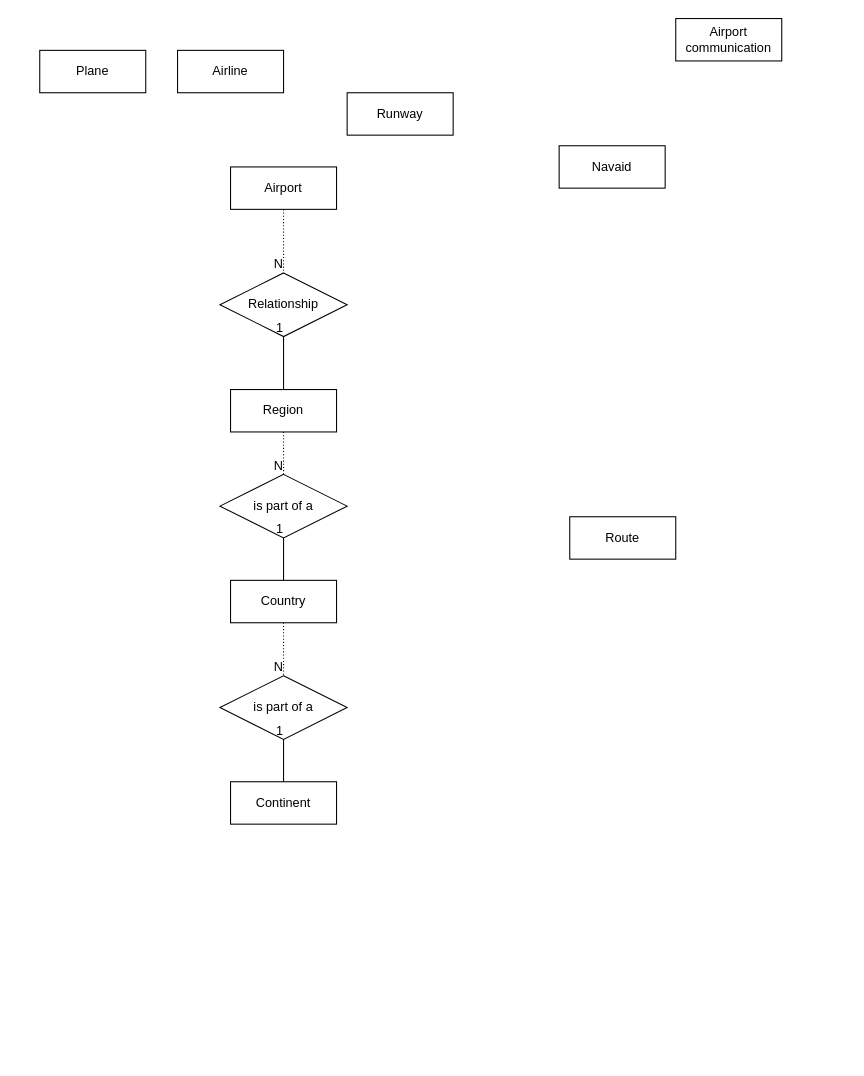
Above: archived_data/Untitled Diagram.drawio in kartol/COVID-19 (draw.io), before the change. Source tidied: cells renumbered, new cells numbered last; positions are measured from the earlier drawing's top-left corner, leaving out a move shared by most shapes. Both pictures are drawn from the tidied source at 106%, with x=0, y=0 at pixel (39, 18).
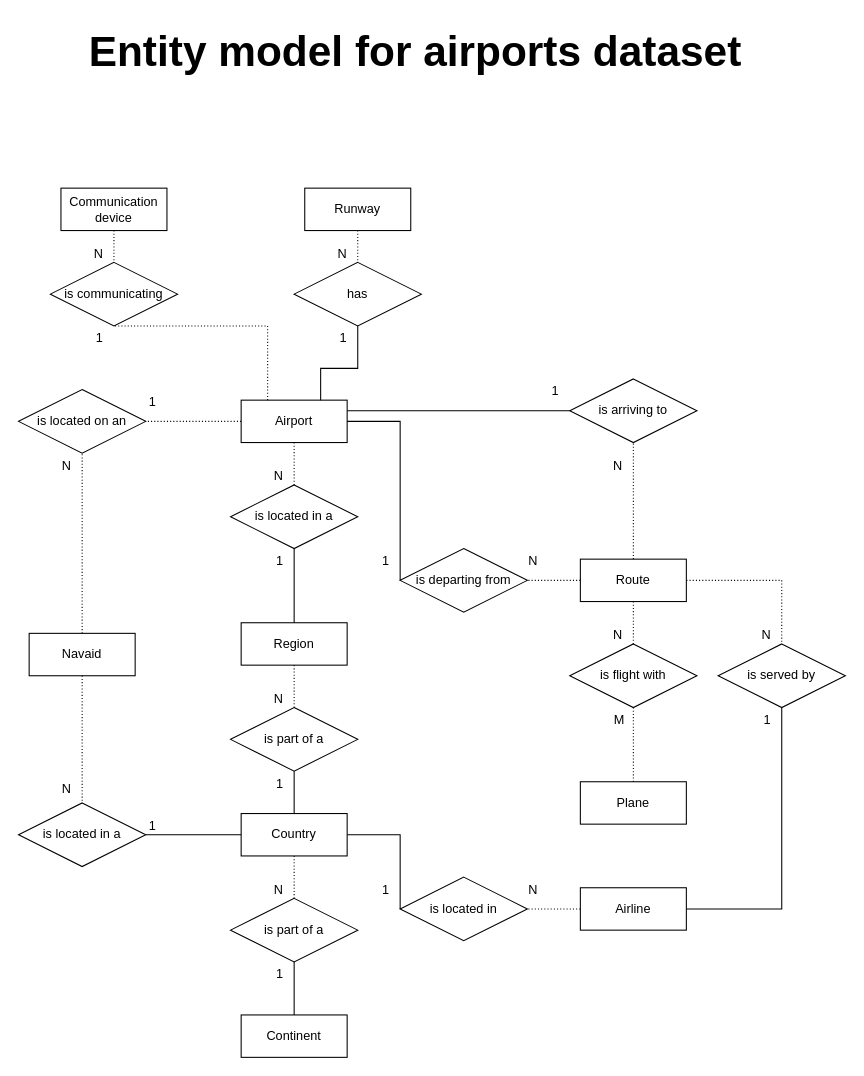
After the change.

The change refers to these unchanged cells:
```xml
<mxCell id="12" style="endArrow=none;html=1;rounded=0;shadow=0;entryX=0.5;entryY=1;entryDx=0;entryDy=0;" parent="1" edge="1" source="8" target="11">
  <mxGeometry relative="1" as="geometry" />
</mxCell>
<mxCell id="14" style="endArrow=none;html=1;rounded=0;dashed=1;dashPattern=1 2;shadow=0;exitX=0.5;exitY=1;exitDx=0;exitDy=0;entryX=0.5;entryY=0;entryDx=0;entryDy=0;" parent="1" edge="1" source="16" target="11">
  <mxGeometry relative="1" as="geometry" />
</mxCell>
<mxCell id="18" style="endArrow=none;html=1;rounded=0;shadow=0;exitX=0.5;exitY=0;exitDx=0;exitDy=0;entryX=0.5;entryY=1;entryDx=0;entryDy=0;" parent="1" edge="1" source="16" target="17">
  <mxGeometry relative="1" as="geometry" />
</mxCell>
<mxCell id="21" style="endArrow=none;html=1;rounded=0;shadow=0;entryX=0.5;entryY=1;entryDx=0;entryDy=0;exitX=0.5;exitY=0;exitDx=0;exitDy=0;" parent="1" edge="1" source="6" target="20">
  <mxGeometry relative="1" as="geometry" />
</mxCell>
<mxCell id="23" style="endArrow=none;html=1;rounded=0;dashed=1;dashPattern=1 2;shadow=0;entryX=0.5;entryY=0;entryDx=0;entryDy=0;exitX=0.5;exitY=1;exitDx=0;exitDy=0;" parent="1" edge="1" source="7" target="20">
  <mxGeometry relative="1" as="geometry" />
</mxCell>
<mxCell id="25" style="endArrow=none;html=1;rounded=0;dashed=1;dashPattern=1 2;shadow=0;exitX=0.5;exitY=1;exitDx=0;exitDy=0;entryX=0.5;entryY=0;entryDx=0;entryDy=0;" parent="1" edge="1" source="6" target="17">
  <mxGeometry relative="1" as="geometry" />
</mxCell>
```

Change to the diagram source:
```diff
@@
-    <mxCell id="2" value="Airline" style="whiteSpace=wrap;html=1;align=center;" parent="1" vertex="1">
-      <mxGeometry x="130" y="30" width="100" height="40" as="geometry" />
+    <mxCell id="2" value="Airline" style="whiteSpace=wrap;html=1;align=center;direction=west;" parent="1" vertex="1">
+      <mxGeometry x="510" y="820" width="100" height="40" as="geometry" />
     </mxCell>
     <mxCell id="3" value="Runway" style="whiteSpace=wrap;html=1;align=center;" parent="1" vertex="1">
-      <mxGeometry x="290" y="70" width="100" height="40" as="geometry" />
+      <mxGeometry x="250" y="160" width="100" height="40" as="geometry" />
     </mxCell>
     <mxCell id="4" value="Navaid" style="whiteSpace=wrap;html=1;align=center;" parent="1" vertex="1">
-      <mxGeometry x="490" y="120" width="100" height="40" as="geometry" />
+      <mxGeometry x="-10" y="580" width="100" height="40" as="geometry" />
     </mxCell>
-    <mxCell id="5" value="Airport communication" style="whiteSpace=wrap;html=1;align=center;" parent="1" vertex="1">
-      <mxGeometry x="600" width="100" height="40" as="geometry" />
+    <mxCell id="5" value="Communication device" style="whiteSpace=wrap;html=1;align=center;" parent="1" vertex="1">
+      <mxGeometry x="20" y="160" width="100" height="40" as="geometry" />
     </mxCell>
     <mxCell id="6" value="Region" style="whiteSpace=wrap;html=1;align=center;" parent="1" vertex="1">
-      <mxGeometry x="180" y="350" width="100" height="40" as="geometry" />
+      <mxGeometry x="190" y="570" width="100" height="40" as="geometry" />
     </mxCell>
     <mxCell id="7" value="Airport" style="whiteSpace=wrap;html=1;align=center;" parent="1" vertex="1">
-      <mxGeometry x="180" y="140" width="100" height="40" as="geometry" />
+      <mxGeometry x="190" y="360" width="100" height="40" as="geometry" />
     </mxCell>
     <mxCell id="8" value="Continent" style="whiteSpace=wrap;html=1;align=center;" parent="1" vertex="1">
-      <mxGeometry x="180" y="720" width="100" height="40" as="geometry" />
+      <mxGeometry x="190" y="940" width="100" height="40" as="geometry" />
     </mxCell>
     <mxCell id="9" value="Plane" style="whiteSpace=wrap;html=1;align=center;" parent="1" vertex="1">
-      <mxGeometry y="30" width="100" height="40" as="geometry" />
+      <mxGeometry x="510" y="720" width="100" height="40" as="geometry" />
     </mxCell>
     <mxCell id="10" value="Route" style="whiteSpace=wrap;html=1;align=center;" parent="1" vertex="1">
-      <mxGeometry x="500" y="470" width="100" height="40" as="geometry" />
+      <mxGeometry x="510" y="510" width="100" height="40" as="geometry" />
     </mxCell>
     <mxCell id="11" value="is part of a" style="shape=rhombus;perimeter=rhombusPerimeter;whiteSpace=wrap;html=1;align=center;" parent="1" vertex="1">
-      <mxGeometry x="170" y="620" width="120" height="60" as="geometry" />
+      <mxGeometry x="180" y="830" width="120" height="60" as="geometry" />
     </mxCell>
@@
     <mxCell id="13" value="1" style="html=1;align=right;verticalAlign=bottom;" parent="12" vertex="1">
-      <mxGeometry x="1" relative="1" as="geometry" />
+      <mxGeometry x="1" relative="1" as="geometry">
+        <mxPoint x="-10" y="20" as="offset" />
+      </mxGeometry>
     </mxCell>
@@
     <mxCell id="15" value="N" style="html=1;align=right;verticalAlign=bottom;" parent="14" vertex="1">
-      <mxGeometry x="1" relative="1" as="geometry" />
+      <mxGeometry x="1" relative="1" as="geometry">
+        <mxPoint x="-10" as="offset" />
+      </mxGeometry>
     </mxCell>
     <mxCell id="16" value="Country" style="whiteSpace=wrap;html=1;align=center;" parent="1" vertex="1">
-      <mxGeometry x="180" y="530" width="100" height="40" as="geometry" />
+      <mxGeometry x="190" y="750" width="100" height="40" as="geometry" />
     </mxCell>
     <mxCell id="17" value="is part of a" style="shape=rhombus;perimeter=rhombusPerimeter;whiteSpace=wrap;html=1;align=center;" parent="1" vertex="1">
-      <mxGeometry x="170" y="430" width="120" height="60" as="geometry" />
+      <mxGeometry x="180" y="650" width="120" height="60" as="geometry" />
     </mxCell>
@@
     <mxCell id="19" value="1" style="html=1;align=right;verticalAlign=bottom;" parent="18" vertex="1">
-      <mxGeometry x="1" relative="1" as="geometry" />
+      <mxGeometry x="1" relative="1" as="geometry">
+        <mxPoint x="-10" y="20" as="offset" />
+      </mxGeometry>
     </mxCell>
-    <mxCell id="20" value="Relationship" style="shape=rhombus;perimeter=rhombusPerimeter;whiteSpace=wrap;html=1;align=center;" parent="1" vertex="1">
-      <mxGeometry x="170" y="240" width="120" height="60" as="geometry" />
+    <mxCell id="20" value="is located in a" style="shape=rhombus;perimeter=rhombusPerimeter;whiteSpace=wrap;html=1;align=center;" parent="1" vertex="1">
+      <mxGeometry x="180" y="440" width="120" height="60" as="geometry" />
     </mxCell>
@@
     <mxCell id="22" value="1" style="html=1;align=right;verticalAlign=bottom;" parent="21" vertex="1">
-      <mxGeometry x="1" relative="1" as="geometry" />
+      <mxGeometry x="1" relative="1" as="geometry">
+        <mxPoint x="-10" y="20" as="offset" />
+      </mxGeometry>
     </mxCell>
@@
     <mxCell id="24" value="N" style="html=1;align=right;verticalAlign=bottom;" parent="23" vertex="1">
-      <mxGeometry x="1" relative="1" as="geometry" />
+      <mxGeometry x="1" relative="1" as="geometry">
+        <mxPoint x="-10" as="offset" />
+      </mxGeometry>
     </mxCell>
@@
     <mxCell id="26" value="N" style="html=1;align=right;verticalAlign=bottom;" parent="25" vertex="1">
-      <mxGeometry x="1" relative="1" as="geometry" />
+      <mxGeometry x="1" relative="1" as="geometry">
+        <mxPoint x="-10" as="offset" />
+      </mxGeometry>
     </mxCell>
+    <mxCell id="27" value="is located in a" style="shape=rhombus;perimeter=rhombusPerimeter;whiteSpace=wrap;html=1;align=center;" parent="1" vertex="1">
+      <mxGeometry x="-20" y="740" width="120" height="60" as="geometry" />
+    </mxCell>
+    <mxCell id="28" style="endArrow=none;html=1;rounded=0;shadow=0;entryX=1;entryY=0.5;entryDx=0;entryDy=0;exitX=0;exitY=0.5;exitDx=0;exitDy=0;" parent="1" edge="1" source="16" target="27">
+      <mxGeometry relative="1" as="geometry" />
+    </mxCell>
+    <mxCell id="29" value="1" style="html=1;align=right;verticalAlign=bottom;" parent="28" vertex="1">
+      <mxGeometry x="1" relative="1" as="geometry">
+        <mxPoint x="10" as="offset" />
+      </mxGeometry>
+    </mxCell>
+    <mxCell id="30" style="endArrow=none;html=1;rounded=0;dashed=1;dashPattern=1 2;shadow=0;entryX=0.5;entryY=0;entryDx=0;entryDy=0;exitX=0.5;exitY=1;exitDx=0;exitDy=0;" parent="1" edge="1" source="4" target="27">
+      <mxGeometry relative="1" as="geometry" />
+    </mxCell>
+    <mxCell id="31" value="N" style="html=1;align=right;verticalAlign=bottom;" parent="30" vertex="1">
+      <mxGeometry x="1" relative="1" as="geometry">
+        <mxPoint x="-10" y="-5" as="offset" />
+      </mxGeometry>
+    </mxCell>
+    <mxCell id="32" value="is located on an" style="shape=rhombus;perimeter=rhombusPerimeter;whiteSpace=wrap;html=1;align=center;" parent="1" vertex="1">
+      <mxGeometry x="-20" y="350" width="120" height="60" as="geometry" />
+    </mxCell>
+    <mxCell id="33" style="endArrow=none;html=1;rounded=0;dashed=1;dashPattern=1 2;shadow=0;exitX=0.5;exitY=0;exitDx=0;exitDy=0;entryX=0.5;entryY=1;entryDx=0;entryDy=0;" parent="1" edge="1" source="4" target="32">
+      <mxGeometry relative="1" as="geometry" />
+    </mxCell>
+    <mxCell id="34" value="N" style="html=1;align=right;verticalAlign=bottom;" parent="33" vertex="1">
+      <mxGeometry x="1" relative="1" as="geometry">
+        <mxPoint x="-10" y="20" as="offset" />
+      </mxGeometry>
+    </mxCell>
+    <mxCell id="35" style="endArrow=none;html=1;rounded=0;dashed=1;dashPattern=1 2;shadow=0;entryX=1;entryY=0.5;entryDx=0;entryDy=0;exitX=0;exitY=0.5;exitDx=0;exitDy=0;" parent="1" edge="1" source="7" target="32">
+      <mxGeometry relative="1" as="geometry" />
+    </mxCell>
+    <mxCell id="36" value="1" style="html=1;align=right;verticalAlign=bottom;" parent="35" vertex="1">
+      <mxGeometry x="1" relative="1" as="geometry">
+        <mxPoint x="10" y="-10" as="offset" />
+      </mxGeometry>
+    </mxCell>
+    <mxCell id="37" value="is departing from" style="shape=rhombus;perimeter=rhombusPerimeter;whiteSpace=wrap;html=1;align=center;" parent="1" vertex="1">
+      <mxGeometry x="340" y="500" width="120" height="60" as="geometry" />
+    </mxCell>
+    <mxCell id="38" value="is arriving to" style="shape=rhombus;perimeter=rhombusPerimeter;whiteSpace=wrap;html=1;align=center;" parent="1" vertex="1">
+      <mxGeometry x="500" y="340" width="120" height="60" as="geometry" />
+    </mxCell>
+    <mxCell id="39" style="endArrow=none;html=1;rounded=0;shadow=0;exitX=1;exitY=0.5;exitDx=0;exitDy=0;entryX=0;entryY=0.5;entryDx=0;entryDy=0;" parent="1" edge="1" source="7" target="37">
+      <mxGeometry relative="1" as="geometry">
+        <Array as="points">
+          <mxPoint x="340" y="380" />
+        </Array>
+      </mxGeometry>
+    </mxCell>
+    <mxCell id="40" value="1" style="html=1;align=right;verticalAlign=bottom;" parent="39" vertex="1">
+      <mxGeometry x="1" relative="1" as="geometry">
+        <mxPoint x="-10" y="-10" as="offset" />
+      </mxGeometry>
+    </mxCell>
+    <mxCell id="41" style="endArrow=none;html=1;rounded=0;dashed=1;dashPattern=1 2;shadow=0;entryX=1;entryY=0.5;entryDx=0;entryDy=0;exitX=0;exitY=0.5;exitDx=0;exitDy=0;" parent="1" edge="1" source="10" target="37">
+      <mxGeometry relative="1" as="geometry" />
+    </mxCell>
+    <mxCell id="42" value="N" style="html=1;align=right;verticalAlign=bottom;" parent="41" vertex="1">
+      <mxGeometry x="1" relative="1" as="geometry">
+        <mxPoint x="10" y="-10" as="offset" />
+      </mxGeometry>
+    </mxCell>
+    <mxCell id="43" style="endArrow=none;html=1;rounded=0;shadow=0;entryX=0;entryY=0.5;entryDx=0;entryDy=0;exitX=1;exitY=0.25;exitDx=0;exitDy=0;" parent="1" edge="1" source="7" target="38">
+      <mxGeometry relative="1" as="geometry" />
+    </mxCell>
+    <mxCell id="44" value="1" style="html=1;align=right;verticalAlign=bottom;" parent="43" vertex="1">
+      <mxGeometry x="1" relative="1" as="geometry">
+        <mxPoint x="-10" y="-10" as="offset" />
+      </mxGeometry>
+    </mxCell>
+    <mxCell id="45" style="endArrow=none;html=1;rounded=0;dashed=1;dashPattern=1 2;shadow=0;entryX=0.5;entryY=1;entryDx=0;entryDy=0;exitX=0.5;exitY=0;exitDx=0;exitDy=0;" parent="1" edge="1" source="10" target="38">
+      <mxGeometry relative="1" as="geometry" />
+    </mxCell>
+    <mxCell id="46" value="N" style="html=1;align=right;verticalAlign=bottom;" parent="45" vertex="1">
+      <mxGeometry x="1" relative="1" as="geometry">
+        <mxPoint x="-10" y="30" as="offset" />
+      </mxGeometry>
+    </mxCell>
+    <mxCell id="47" value="is flight with" style="shape=rhombus;perimeter=rhombusPerimeter;whiteSpace=wrap;html=1;align=center;" parent="1" vertex="1">
+      <mxGeometry x="500" y="590" width="120" height="60" as="geometry" />
+    </mxCell>
+    <mxCell id="48" style="endArrow=none;html=1;rounded=0;dashed=1;dashPattern=1 2;shadow=0;entryX=0.5;entryY=0;entryDx=0;entryDy=0;exitX=0.5;exitY=1;exitDx=0;exitDy=0;" parent="1" edge="1" source="10" target="47">
+      <mxGeometry relative="1" as="geometry" />
+    </mxCell>
+    <mxCell id="49" value="N" style="html=1;align=right;verticalAlign=bottom;" parent="48" vertex="1">
+      <mxGeometry x="1" relative="1" as="geometry">
+        <mxPoint x="-10" as="offset" />
+      </mxGeometry>
+    </mxCell>
+    <mxCell id="50" style="endArrow=none;html=1;rounded=0;dashed=1;dashPattern=1 2;shadow=0;strokeColor=#000000;exitX=0.5;exitY=1;exitDx=0;exitDy=0;entryX=0.5;entryY=0;entryDx=0;entryDy=0;" parent="1" edge="1" source="47" target="9">
+      <mxGeometry relative="1" as="geometry" />
+    </mxCell>
+    <mxCell id="51" value="M" style="html=1;align=left;verticalAlign=bottom;" parent="50" vertex="1">
+      <mxGeometry x="-1" relative="1" as="geometry">
+        <mxPoint x="-20" y="20" as="offset" />
+      </mxGeometry>
+    </mxCell>
+    <mxCell id="52" value="is&amp;nbsp;communicating" style="shape=rhombus;perimeter=rhombusPerimeter;whiteSpace=wrap;html=1;align=center;" parent="1" vertex="1">
+      <mxGeometry x="10" y="230" width="120" height="60" as="geometry" />
+    </mxCell>
+    <mxCell id="53" style="endArrow=none;html=1;rounded=0;dashed=1;dashPattern=1 2;shadow=0;strokeColor=#000000;entryX=0.5;entryY=0;entryDx=0;entryDy=0;exitX=0.5;exitY=1;exitDx=0;exitDy=0;" parent="1" edge="1" source="5" target="52">
+      <mxGeometry relative="1" as="geometry" />
+    </mxCell>
+    <mxCell id="54" value="N" style="html=1;align=right;verticalAlign=bottom;" parent="53" vertex="1">
+      <mxGeometry x="1" relative="1" as="geometry">
+        <mxPoint x="-10" as="offset" />
+      </mxGeometry>
+    </mxCell>
+    <mxCell id="55" style="endArrow=none;html=1;rounded=0;dashed=1;dashPattern=1 2;shadow=0;strokeColor=#000000;entryX=0.5;entryY=1;entryDx=0;entryDy=0;exitX=0.25;exitY=0;exitDx=0;exitDy=0;" parent="1" edge="1" source="7" target="52">
+      <mxGeometry relative="1" as="geometry">
+        <Array as="points">
+          <mxPoint x="215" y="290" />
+        </Array>
+      </mxGeometry>
+    </mxCell>
+    <mxCell id="56" value="1" style="html=1;align=right;verticalAlign=bottom;" parent="55" vertex="1">
+      <mxGeometry x="1" relative="1" as="geometry">
+        <mxPoint x="-10" y="20" as="offset" />
+      </mxGeometry>
+    </mxCell>
+    <mxCell id="57" value="has" style="shape=rhombus;perimeter=rhombusPerimeter;whiteSpace=wrap;html=1;align=center;" parent="1" vertex="1">
+      <mxGeometry x="240" y="230" width="120" height="60" as="geometry" />
+    </mxCell>
+    <mxCell id="58" style="endArrow=none;html=1;rounded=0;dashed=1;dashPattern=1 2;shadow=0;strokeColor=#000000;entryX=0.5;entryY=0;entryDx=0;entryDy=0;exitX=0.5;exitY=1;exitDx=0;exitDy=0;" parent="1" edge="1" source="3" target="57">
+      <mxGeometry relative="1" as="geometry" />
+    </mxCell>
+    <mxCell id="59" value="N" style="html=1;align=right;verticalAlign=bottom;" parent="58" vertex="1">
+      <mxGeometry x="1" relative="1" as="geometry">
+        <mxPoint x="-10" as="offset" />
+      </mxGeometry>
+    </mxCell>
+    <mxCell id="60" style="endArrow=none;html=1;rounded=0;shadow=0;strokeColor=#000000;entryX=0.5;entryY=1;entryDx=0;entryDy=0;exitX=0.75;exitY=0;exitDx=0;exitDy=0;" parent="1" edge="1" source="7" target="57">
+      <mxGeometry relative="1" as="geometry">
+        <Array as="points">
+          <mxPoint x="265" y="330" />
+          <mxPoint x="300" y="330" />
+        </Array>
+      </mxGeometry>
+    </mxCell>
+    <mxCell id="61" value="1" style="html=1;align=right;verticalAlign=bottom;" parent="60" vertex="1">
+      <mxGeometry x="1" relative="1" as="geometry">
+        <mxPoint x="-10" y="20" as="offset" />
+      </mxGeometry>
+    </mxCell>
+    <mxCell id="62" value="is located in" style="shape=rhombus;perimeter=rhombusPerimeter;whiteSpace=wrap;html=1;align=center;" parent="1" vertex="1">
+      <mxGeometry x="340" y="810" width="120" height="60" as="geometry" />
+    </mxCell>
+    <mxCell id="63" style="endArrow=none;html=1;rounded=0;shadow=0;strokeColor=#000000;exitX=1;exitY=0.5;exitDx=0;exitDy=0;entryX=0;entryY=0.5;entryDx=0;entryDy=0;" parent="1" edge="1" source="16" target="62">
+      <mxGeometry relative="1" as="geometry">
+        <Array as="points">
+          <mxPoint x="340" y="770" />
+        </Array>
+      </mxGeometry>
+    </mxCell>
+    <mxCell id="64" value="1" style="html=1;align=right;verticalAlign=bottom;" parent="63" vertex="1">
+      <mxGeometry x="1" relative="1" as="geometry">
+        <mxPoint x="-10" y="-10" as="offset" />
+      </mxGeometry>
+    </mxCell>
+    <mxCell id="65" style="endArrow=none;html=1;rounded=0;dashed=1;dashPattern=1 2;shadow=0;strokeColor=#000000;exitX=1;exitY=0.5;exitDx=0;exitDy=0;entryX=1;entryY=0.5;entryDx=0;entryDy=0;" parent="1" edge="1" source="2" target="62">
+      <mxGeometry relative="1" as="geometry" />
+    </mxCell>
+    <mxCell id="66" value="N" style="html=1;align=right;verticalAlign=bottom;" parent="65" vertex="1">
+      <mxGeometry x="1" relative="1" as="geometry">
+        <mxPoint x="10" y="-10" as="offset" />
+      </mxGeometry>
+    </mxCell>
+    <mxCell id="67" value="is served by" style="shape=rhombus;perimeter=rhombusPerimeter;whiteSpace=wrap;html=1;align=center;" parent="1" vertex="1">
+      <mxGeometry x="640" y="590" width="120" height="60" as="geometry" />
+    </mxCell>
+    <mxCell id="68" style="endArrow=none;html=1;rounded=0;dashed=1;dashPattern=1 2;shadow=0;strokeColor=#000000;entryX=0.5;entryY=0;entryDx=0;entryDy=0;exitX=1;exitY=0.5;exitDx=0;exitDy=0;" parent="1" edge="1" source="10" target="67">
+      <mxGeometry relative="1" as="geometry">
+        <Array as="points">
+          <mxPoint x="700" y="530" />
+        </Array>
+      </mxGeometry>
+    </mxCell>
+    <mxCell id="69" value="N" style="html=1;align=right;verticalAlign=bottom;" parent="68" vertex="1">
+      <mxGeometry x="1" relative="1" as="geometry">
+        <mxPoint x="-10" as="offset" />
+      </mxGeometry>
+    </mxCell>
+    <mxCell id="70" style="endArrow=none;html=1;rounded=0;shadow=0;strokeColor=#000000;entryX=0.5;entryY=1;entryDx=0;entryDy=0;exitX=0;exitY=0.5;exitDx=0;exitDy=0;" parent="1" edge="1" source="2" target="67">
+      <mxGeometry relative="1" as="geometry">
+        <Array as="points">
+          <mxPoint x="700" y="840" />
+        </Array>
+      </mxGeometry>
+    </mxCell>
+    <mxCell id="71" value="1" style="html=1;align=right;verticalAlign=bottom;" parent="70" vertex="1">
+      <mxGeometry x="1" relative="1" as="geometry">
+        <mxPoint x="-10" y="20" as="offset" />
+      </mxGeometry>
+    </mxCell>
+    <mxCell id="72" value="Entity model for airports dataset" style="text;strokeColor=none;fillColor=none;html=1;fontSize=40;fontStyle=1;verticalAlign=middle;align=center;" parent="1" vertex="1">
+      <mxGeometry x="304" y="10" width="100" height="40" as="geometry" />
+    </mxCell>
```
